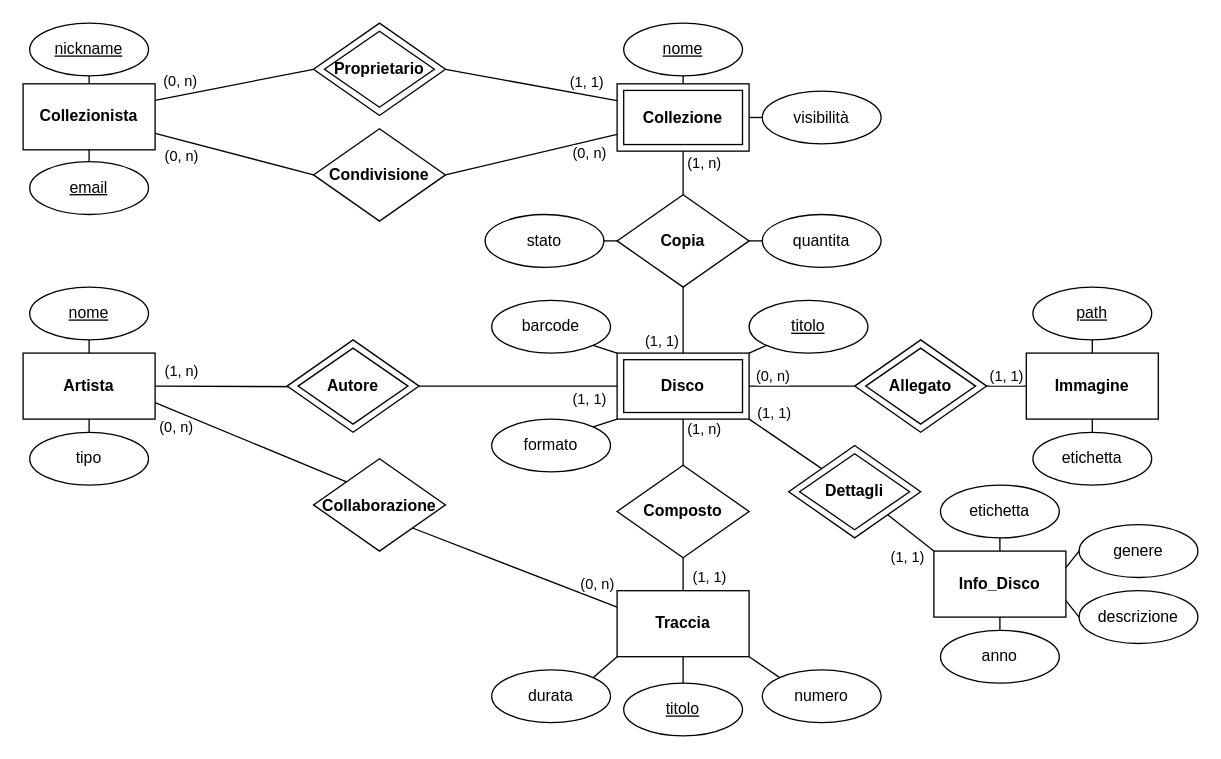
Above: design/Collectors_ER_Ristrutturato.drawio in darthmassari/collectors-mysql-project (draw.io), before the change. Source tidied: cells renumbered, new cells numbered last; positions are measured from the earlier drawing's top-left corner, leaving out a move shared by most shapes. Both pictures are drawn from the tidied source at 132%, with x=0, y=0 at pixel (22, 22).
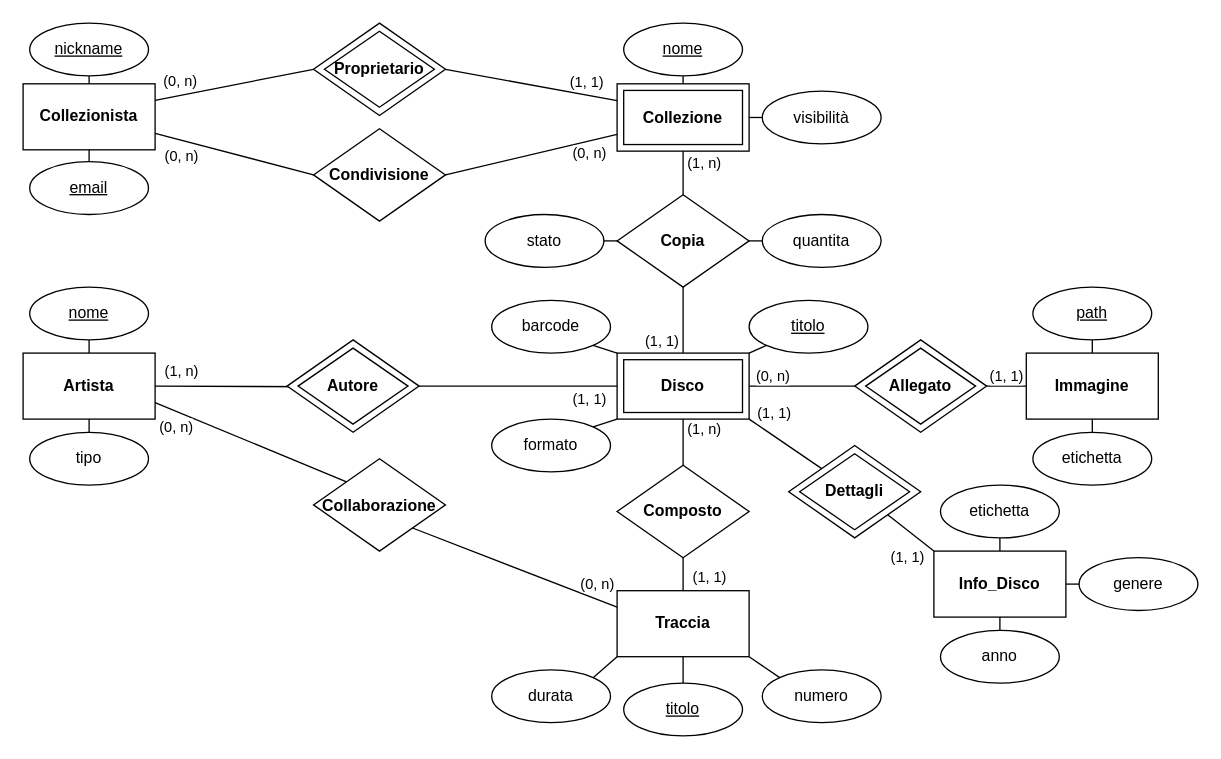
The same diagram, later.

Commit message (it also covers changes not shown here):
Eliminata descrizione, aggiunto gruppo

The change refers to these unchanged cells:
```xml
<mxCell id="105" style="html=1;dashed=0;whiteSpace=wrap;" parent="104" vertex="1">
  <mxGeometry width="100" height="50" as="geometry" />
</mxCell>
```

The edit, as a diff of the source:
```diff
@@
-    <mxCell id="107" value="descrizione" style="ellipse;whiteSpace=wrap;html=1;align=center;" parent="1" vertex="1">
-      <mxGeometry x="800" y="430" width="90" height="40" as="geometry" />
-    </mxCell>
@@
     <mxCell id="109" value="genere" style="ellipse;whiteSpace=wrap;html=1;align=center;" parent="1" vertex="1">
-      <mxGeometry x="800" y="380" width="90" height="40" as="geometry" />
+      <mxGeometry x="800" y="405" width="90" height="40" as="geometry" />
     </mxCell>
@@
-    <mxCell id="111" style="endArrow=none;html=1;rounded=0;entryX=0;entryY=0.5;entryDx=0;entryDy=0;exitX=1;exitY=0.75;exitDx=0;exitDy=0;" parent="1" edge="1" source="105" target="107">
-      <mxGeometry relative="1" as="geometry" />
-    </mxCell>
-    <mxCell id="112" style="endArrow=none;html=1;rounded=0;entryX=0;entryY=0.5;entryDx=0;entryDy=0;exitX=1;exitY=0.25;exitDx=0;exitDy=0;" parent="1" edge="1" source="105" target="109">
+    <mxCell id="112" style="endArrow=none;html=1;rounded=0;entryX=0;entryY=0.5;entryDx=0;entryDy=0;exitX=1;exitY=0.5;exitDx=0;exitDy=0;" parent="1" edge="1" source="105" target="109">
       <mxGeometry relative="1" as="geometry" />
     </mxCell>
```
